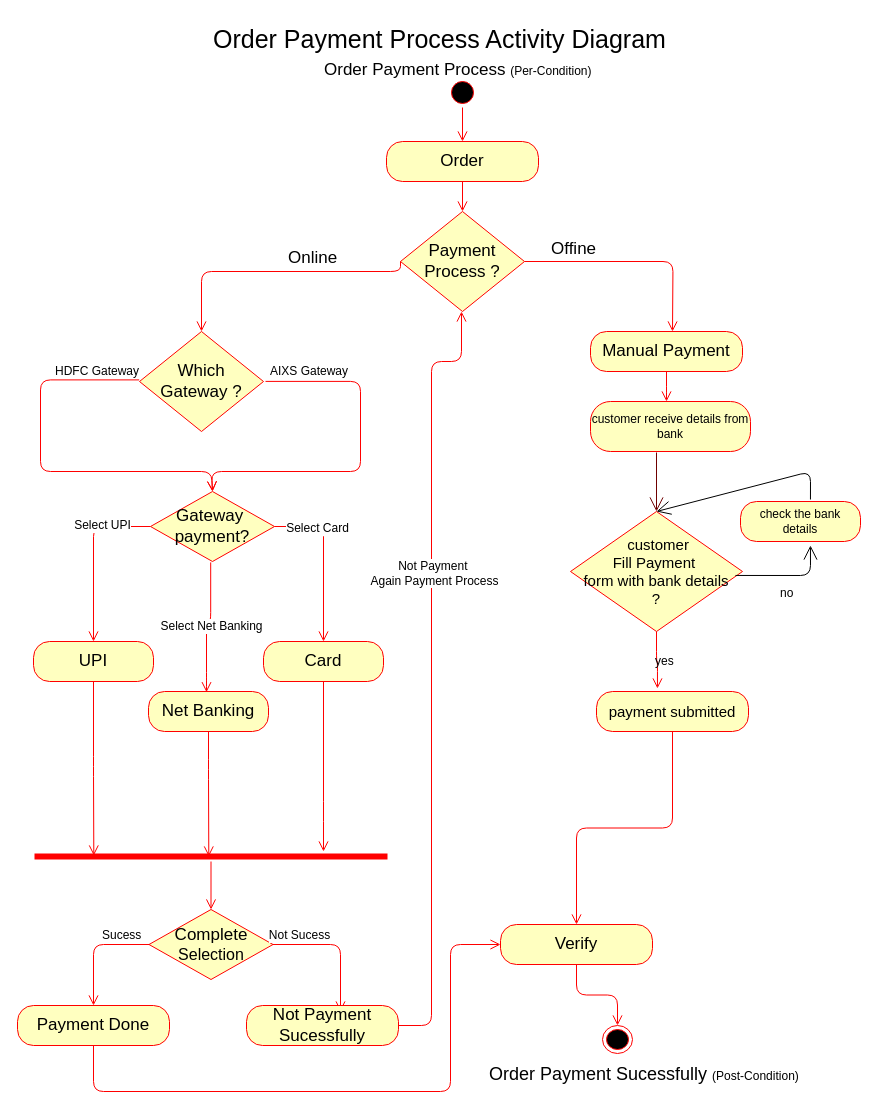
Earlier version of the draw.io diagram docs/activity_diagrams/Payment Order Process Diagram.drawio (awgpsk/awgpstore). Source tidied: cells renumbered, new cells numbered last; positions are measured from the earlier drawing's top-left corner, leaving out a move shared by most shapes. Both pictures are drawn from the tidied source at 100%, with x=0, y=0 at pixel (17, 21).
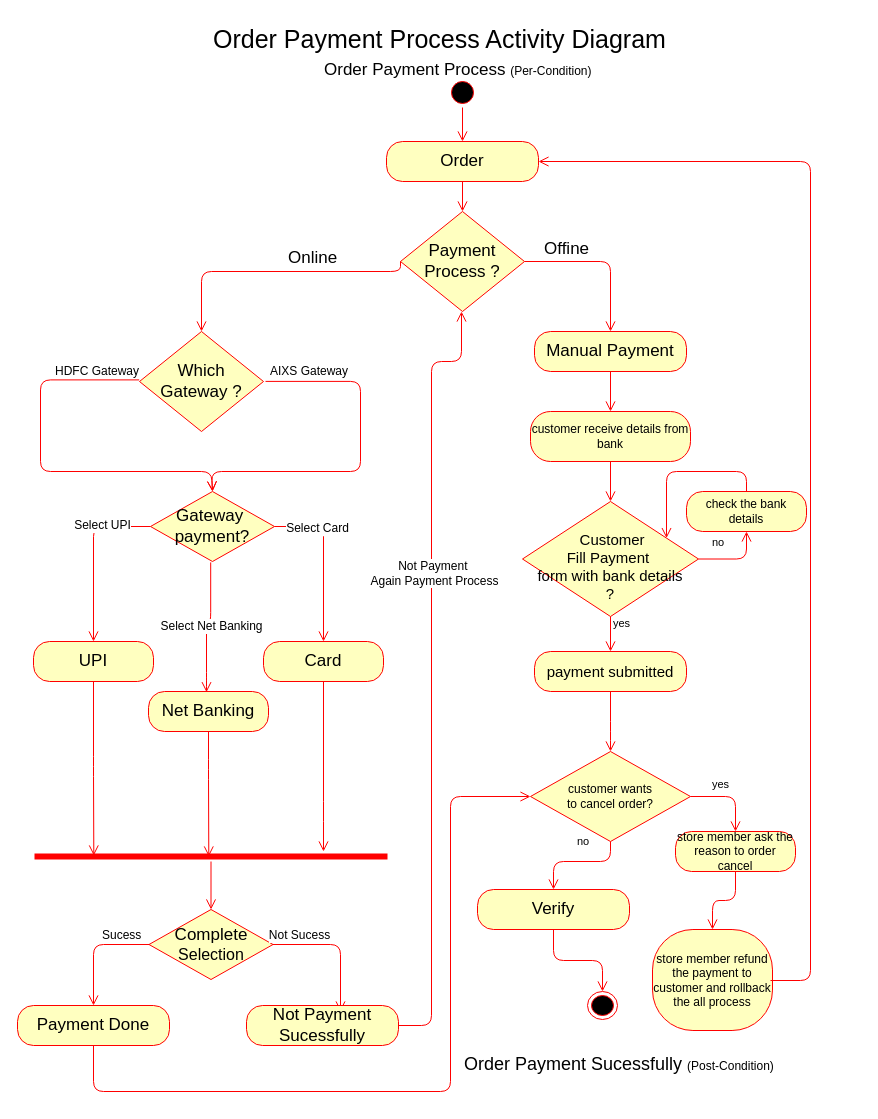
The same page after the edit.

The change refers to these unchanged cells:
```xml
<mxCell id="4" value="&lt;font style=&quot;font-size: 17px&quot;&gt;Order&lt;/font&gt;" style="rounded=1;whiteSpace=wrap;html=1;arcSize=40;fontColor=#000000;fillColor=#ffffc0;strokeColor=#ff0000;" parent="1" vertex="1">
  <mxGeometry x="369" y="120" width="152" height="40" as="geometry" />
</mxCell>
<mxCell id="13" value="&lt;font style=&quot;font-size: 17px&quot;&gt;Payment&lt;br&gt;Process ?&lt;/font&gt;" style="rhombus;whiteSpace=wrap;html=1;fillColor=#ffffc0;strokeColor=#ff0000;" parent="1" vertex="1">
  <mxGeometry x="383" y="190" width="124" height="100" as="geometry" />
</mxCell>
<mxCell id="32" value="&lt;font style=&quot;font-size: 17px&quot;&gt;Payment Done&lt;/font&gt;" style="rounded=1;whiteSpace=wrap;html=1;arcSize=40;fontColor=#000000;fillColor=#ffffc0;strokeColor=#ff0000;" parent="1" vertex="1">
  <mxGeometry y="984" width="152" height="40" as="geometry" />
</mxCell>
```

The edit, as a diff of the source:
```diff
@@
-    <mxCell id="5" style="edgeStyle=orthogonalEdgeStyle;html=1;verticalAlign=bottom;endArrow=open;endSize=8;strokeColor=#ff0000;exitX=0.5;exitY=1;exitDx=0;exitDy=0;entryX=0;entryY=0.5;entryDx=0;entryDy=0;" parent="1" edge="1" source="32" target="6">
+    <mxCell id="5" style="edgeStyle=orthogonalEdgeStyle;html=1;verticalAlign=bottom;endArrow=open;endSize=8;strokeColor=#ff0000;exitX=0.5;exitY=1;exitDx=0;exitDy=0;entryX=0;entryY=0.5;entryDx=0;entryDy=0;" parent="1" edge="1" source="32" target="57">
       <mxGeometry relative="1" as="geometry">
         <Array as="points">
           <mxPoint x="76" y="1070" />
           <mxPoint x="433" y="1070" />
-          <mxPoint x="433" y="923" />
+          <mxPoint x="433" y="775" />
         </Array>
       </mxGeometry>
     </mxCell>
     <mxCell id="6" value="&lt;font style=&quot;font-size: 17px&quot;&gt;Verify&lt;/font&gt;" style="rounded=1;whiteSpace=wrap;html=1;arcSize=40;fontColor=#000000;fillColor=#ffffc0;strokeColor=#ff0000;" parent="1" vertex="1">
-      <mxGeometry x="483" y="903" width="152" height="40" as="geometry" />
+      <mxGeometry x="460" y="868" width="152" height="40" as="geometry" />
     </mxCell>
     <mxCell id="7" style="ellipse;html=1;shape=endState;fillColor=#000000;strokeColor=#ff0000;" parent="1" vertex="1">
-      <mxGeometry x="585" y="1004" width="30" height="28" as="geometry" />
+      <mxGeometry x="570" y="970" width="30" height="28" as="geometry" />
     </mxCell>
@@
     <mxCell id="10" value="&lt;font style=&quot;font-size: 18px&quot;&gt;Order Payment Sucessfully&amp;nbsp;&lt;/font&gt;(Post-Condition)" style="text;html=1;align=left;verticalAlign=top;spacingTop=-4;shadow=1;" parent="1" vertex="1">
-      <mxGeometry x="470" y="1040" width="330" height="20" as="geometry" />
+      <mxGeometry x="445" y="1030" width="330" height="20" as="geometry" />
     </mxCell>
@@
-    <mxCell id="14" value="&lt;font style=&quot;font-size: 17px&quot;&gt;Offine&lt;/font&gt;" style="edgeStyle=orthogonalEdgeStyle;html=1;align=left;verticalAlign=bottom;endArrow=open;endSize=8;strokeColor=#ff0000;exitX=1;exitY=0.5;exitDx=0;exitDy=0;" parent="1" edge="1" source="13">
+    <mxCell id="14" value="&lt;font style=&quot;font-size: 17px&quot;&gt;Offine&lt;/font&gt;" style="edgeStyle=orthogonalEdgeStyle;html=1;align=left;verticalAlign=bottom;endArrow=open;endSize=8;strokeColor=#ff0000;exitX=1;exitY=0.5;exitDx=0;exitDy=0;entryX=0.5;entryY=0;entryDx=0;entryDy=0;" parent="1" edge="1" source="13" target="16">
       <mxGeometry x="-0.77" relative="1" as="geometry">
-        <mxPoint x="655" y="310" as="targetPoint" />
+        <Array as="points">
+          <mxPoint x="593" y="240" />
+        </Array>
       </mxGeometry>
     </mxCell>
@@
     <mxCell id="16" value="&lt;font style=&quot;font-size: 17px&quot;&gt;Manual Payment&lt;/font&gt;" style="rounded=1;whiteSpace=wrap;html=1;arcSize=40;fontColor=#000000;fillColor=#ffffc0;strokeColor=#ff0000;" parent="1" vertex="1">
-      <mxGeometry x="573" y="310" width="152" height="40" as="geometry" />
+      <mxGeometry x="517" y="310" width="152" height="40" as="geometry" />
     </mxCell>
-    <mxCell id="17" value="&lt;div&gt;&lt;span style=&quot;font-size: 15px&quot;&gt;&amp;nbsp;customer &lt;br&gt;&lt;/span&gt;&lt;/div&gt;&lt;div&gt;&lt;span style=&quot;font-size: 15px&quot;&gt;Fill Payment&amp;nbsp;&lt;/span&gt;&lt;/div&gt;&lt;div&gt;&lt;span style=&quot;font-size: 15px&quot;&gt;&lt;/span&gt;&lt;/div&gt;&lt;div&gt;&lt;span style=&quot;font-size: 15px&quot;&gt;form with bank details&lt;/span&gt;&lt;/div&gt;&lt;div&gt;&lt;span style=&quot;font-size: 15px&quot;&gt;?&lt;br&gt;&lt;/span&gt;&lt;/div&gt;&lt;div&gt;&lt;span style=&quot;font-size: 15px&quot;&gt;&lt;/span&gt;&lt;/div&gt;" style="rhombus;whiteSpace=wrap;html=1;fillColor=#ffffc0;strokeColor=#ff0000;" parent="1" vertex="1">
-      <mxGeometry x="553" y="490" width="172" height="120" as="geometry" />
+    <mxCell id="17" value="&lt;div&gt;&lt;br&gt;&lt;/div&gt;&lt;div&gt;&lt;span style=&quot;font-size: 15px&quot;&gt;&amp;nbsp;Customer &lt;br&gt;&lt;/span&gt;&lt;/div&gt;&lt;div&gt;&lt;span style=&quot;font-size: 15px&quot;&gt;Fill Payment&amp;nbsp;&lt;/span&gt;&lt;/div&gt;&lt;div&gt;&lt;span style=&quot;font-size: 15px&quot;&gt;&lt;/span&gt;&lt;/div&gt;&lt;div&gt;&lt;span style=&quot;font-size: 15px&quot;&gt;form with bank details&lt;/span&gt;&lt;/div&gt;&lt;div&gt;&lt;span style=&quot;font-size: 15px&quot;&gt;?&lt;br&gt;&lt;/span&gt;&lt;/div&gt;&lt;div&gt;&lt;span style=&quot;font-size: 15px&quot;&gt;&lt;/span&gt;&lt;/div&gt;" style="rhombus;whiteSpace=wrap;html=1;fillColor=#ffffc0;strokeColor=#ff0000;" parent="1" vertex="1">
+      <mxGeometry x="505" y="480" width="176" height="115" as="geometry" />
     </mxCell>
     <mxCell id="18" value="&lt;font style=&quot;font-size: 15px&quot;&gt;payment submitted&lt;/font&gt;" style="rounded=1;whiteSpace=wrap;html=1;arcSize=40;fontColor=#000000;fillColor=#ffffc0;strokeColor=#ff0000;" parent="1" vertex="1">
-      <mxGeometry x="579" y="670" width="152" height="40" as="geometry" />
+      <mxGeometry x="517" y="630" width="152" height="40" as="geometry" />
     </mxCell>
-    <mxCell id="19" style="edgeStyle=orthogonalEdgeStyle;html=1;verticalAlign=bottom;endArrow=open;endSize=8;strokeColor=#ff0000;startSize=1;jumpSize=2;exitX=0.5;exitY=1;exitDx=0;exitDy=0;" parent="1" edge="1" source="16">
-      <mxGeometry relative="1" as="geometry">
-        <mxPoint x="649" y="380" as="targetPoint" />
-      </mxGeometry>
+    <mxCell id="19" style="edgeStyle=orthogonalEdgeStyle;html=1;verticalAlign=bottom;endArrow=open;endSize=8;strokeColor=#ff0000;startSize=1;jumpSize=2;exitX=0.5;exitY=1;exitDx=0;exitDy=0;entryX=0.5;entryY=0;entryDx=0;entryDy=0;" parent="1" edge="1" source="16" target="48">
+      <mxGeometry relative="1" as="geometry" />
     </mxCell>
@@
     <mxCell id="48" value="customer receive details from bank" style="rounded=1;whiteSpace=wrap;html=1;arcSize=40;fontColor=#000000;fillColor=#ffffc0;strokeColor=#ff0000;" parent="1" vertex="1">
-      <mxGeometry x="573" y="380" width="160" height="50" as="geometry" />
+      <mxGeometry x="513" y="390" width="160" height="50" as="geometry" />
     </mxCell>
-    <mxCell id="49" style="endArrow=open;endFill=1;endSize=12;html=1;entryX=0.5;entryY=0;entryDx=0;entryDy=0;fillColor=#a20025;strokeColor=#6F0000;" parent="1" edge="1" target="17">
-      <mxGeometry relative="1" as="geometry">
-        <mxPoint x="639" y="431" as="sourcePoint" />
-      </mxGeometry>
-    </mxCell>
-    <mxCell id="50" style="edgeStyle=orthogonalEdgeStyle;html=1;align=left;verticalAlign=bottom;endArrow=open;endSize=8;strokeColor=#ff0000;exitX=0.5;exitY=1;exitDx=0;exitDy=0;entryX=0.401;entryY=-0.075;entryDx=0;entryDy=0;entryPerimeter=0;" parent="1" edge="1" source="17" target="18">
-      <mxGeometry x="-1" relative="1" as="geometry">
-        <Array as="points">
-          <mxPoint x="639" y="640" />
-          <mxPoint x="640" y="640" />
-        </Array>
-      </mxGeometry>
+    <mxCell id="50" style="edgeStyle=orthogonalEdgeStyle;html=1;align=left;verticalAlign=bottom;endArrow=open;endSize=8;strokeColor=#ff0000;exitX=0.5;exitY=1;exitDx=0;exitDy=0;entryX=0.5;entryY=0;entryDx=0;entryDy=0;" parent="1" edge="1" source="17" target="18">
+      <mxGeometry x="-1" relative="1" as="geometry" />
     </mxCell>
-    <mxCell id="51" value="yes" style="text;html=1;align=left;verticalAlign=top;spacingTop=-4;" parent="1" vertex="1">
-      <mxGeometry x="636" y="630" width="40" height="20" as="geometry" />
-    </mxCell>
     <mxCell id="52" value="check the bank details" style="rounded=1;whiteSpace=wrap;html=1;arcSize=40;fontColor=#000000;fillColor=#ffffc0;strokeColor=#ff0000;" parent="1" vertex="1">
-      <mxGeometry x="723" y="480" width="120" height="40" as="geometry" />
+      <mxGeometry x="669" y="470" width="120" height="40" as="geometry" />
     </mxCell>
+    <mxCell id="56" style="edgeStyle=orthogonalEdgeStyle;html=1;verticalAlign=bottom;endArrow=open;endSize=8;strokeColor=#ff0000;exitX=0.5;exitY=1;exitDx=0;exitDy=0;entryX=0.5;entryY=0;entryDx=0;entryDy=0;" parent="1" edge="1" source="18" target="57">
+      <mxGeometry relative="1" as="geometry">
+        <Array as="points">
+          <mxPoint x="593" y="710" />
+        </Array>
+      </mxGeometry>
+    </mxCell>
+    <mxCell id="57" value="&lt;div&gt;customer wants&lt;/div&gt;&lt;div&gt; to cancel order?&lt;/div&gt;" style="rhombus;whiteSpace=wrap;html=1;fillColor=#ffffc0;strokeColor=#ff0000;" parent="1" vertex="1">
+      <mxGeometry x="513" y="730" width="160" height="90" as="geometry" />
+    </mxCell>
+    <mxCell id="58" value="no" style="edgeStyle=orthogonalEdgeStyle;html=1;align=left;verticalAlign=bottom;endArrow=open;endSize=8;strokeColor=#ff0000;entryX=0.5;entryY=0;entryDx=0;entryDy=0;" parent="1" edge="1" source="57" target="60">
+      <mxGeometry x="0.48" y="-165" relative="1" as="geometry">
+        <Array as="points">
+          <mxPoint x="718" y="775" />
+        </Array>
+        <mxPoint x="5" y="40" as="offset" />
+      </mxGeometry>
+    </mxCell>
+    <mxCell id="59" value="yes" style="edgeStyle=orthogonalEdgeStyle;html=1;align=left;verticalAlign=top;endArrow=open;endSize=8;strokeColor=#ff0000;exitX=0.5;exitY=1;exitDx=0;exitDy=0;entryX=0.5;entryY=0;entryDx=0;entryDy=0;" parent="1" edge="1" source="57" target="6">
+      <mxGeometry x="-0.62" y="-135" relative="1" as="geometry">
+        <Array as="points">
+          <mxPoint x="593" y="840" />
+          <mxPoint x="536" y="840" />
+        </Array>
+        <mxPoint x="100" y="45" as="offset" />
+      </mxGeometry>
+    </mxCell>
+    <mxCell id="60" value="store member ask the reason to order cancel" style="rounded=1;whiteSpace=wrap;html=1;arcSize=40;fontColor=#000000;fillColor=#ffffc0;strokeColor=#ff0000;" parent="1" vertex="1">
+      <mxGeometry x="658" y="810" width="120" height="40" as="geometry" />
+    </mxCell>
+    <mxCell id="61" style="edgeStyle=orthogonalEdgeStyle;html=1;verticalAlign=bottom;endArrow=open;endSize=8;strokeColor=#ff0000;entryX=0.5;entryY=0;entryDx=0;entryDy=0;" parent="1" edge="1" source="60" target="62">
+      <mxGeometry relative="1" as="geometry" />
+    </mxCell>
+    <mxCell id="62" value="store member refund the payment to customer and rollback the all process" style="rounded=1;whiteSpace=wrap;html=1;arcSize=40;fontColor=#000000;fillColor=#ffffc0;strokeColor=#ff0000;" parent="1" vertex="1">
+      <mxGeometry x="635" y="908" width="120" height="101" as="geometry" />
+    </mxCell>
+    <mxCell id="63" style="edgeStyle=orthogonalEdgeStyle;html=1;verticalAlign=bottom;endArrow=open;endSize=8;strokeColor=#ff0000;entryX=1;entryY=0.5;entryDx=0;entryDy=0;" parent="1" edge="1" target="4">
+      <mxGeometry relative="1" as="geometry">
+        <mxPoint x="753" y="959" as="sourcePoint" />
+        <Array as="points">
+          <mxPoint x="793" y="959" />
+          <mxPoint x="793" y="140" />
+        </Array>
+      </mxGeometry>
+    </mxCell>
+    <mxCell id="64" style="edgeStyle=orthogonalEdgeStyle;html=1;align=left;verticalAlign=bottom;endArrow=open;endSize=8;strokeColor=#ff0000;exitX=0.5;exitY=1;exitDx=0;exitDy=0;entryX=0.5;entryY=0;entryDx=0;entryDy=0;" parent="1" edge="1" source="48" target="17">
+      <mxGeometry x="-1" relative="1" as="geometry" />
+    </mxCell>
-    <mxCell id="53" style="endArrow=open;endFill=1;endSize=12;html=1;exitX=0.959;exitY=0.533;exitDx=0;exitDy=0;exitPerimeter=0;entryX=0.583;entryY=1.1;entryDx=0;entryDy=0;entryPerimeter=0;" parent="1" edge="1" source="17" target="52">
-      <mxGeometry relative="1" as="geometry">
+    <mxCell id="53" value="yes" style="edgeStyle=orthogonalEdgeStyle;html=1;align=left;verticalAlign=bottom;endArrow=open;endSize=8;strokeColor=#ff0000;entryX=0.5;entryY=1;entryDx=0;entryDy=0;exitX=1;exitY=0.5;exitDx=0;exitDy=0;" parent="1" edge="1" source="17" target="52">
+      <mxGeometry x="-0.97" y="-114" relative="1" as="geometry">
         <Array as="points">
-          <mxPoint x="793" y="554" />
+          <mxPoint x="681" y="537" />
+          <mxPoint x="729" y="537" />
         </Array>
+        <mxPoint x="-88" y="-41" as="offset" />
       </mxGeometry>
     </mxCell>
-    <mxCell id="54" style="endArrow=open;endFill=1;endSize=12;html=1;exitX=0.583;exitY=-0.05;exitDx=0;exitDy=0;exitPerimeter=0;" parent="1" edge="1" source="52">
-      <mxGeometry relative="1" as="geometry">
-        <mxPoint x="639" y="490" as="targetPoint" />
-        <Array as="points">
-          <mxPoint x="793" y="450" />
-        </Array>
-      </mxGeometry>
-    </mxCell>
-    <mxCell id="55" value="no" style="text;html=1;align=left;verticalAlign=top;spacingTop=-4;" parent="1" vertex="1">
-      <mxGeometry x="761" y="562" width="30" height="20" as="geometry" />
-    </mxCell>
-    <mxCell id="56" style="edgeStyle=orthogonalEdgeStyle;html=1;verticalAlign=bottom;endArrow=open;endSize=8;strokeColor=#ff0000;entryX=0.5;entryY=0;entryDx=0;entryDy=0;exitX=0.5;exitY=1;exitDx=0;exitDy=0;" parent="1" edge="1" source="18" target="6">
-      <mxGeometry relative="1" as="geometry" />
-    </mxCell>
+    <mxCell id="65" value="no" style="edgeStyle=orthogonalEdgeStyle;html=1;align=left;verticalAlign=bottom;endArrow=open;endSize=8;strokeColor=#ff0000;exitX=0.5;exitY=0;exitDx=0;exitDy=0;" parent="1" edge="1" source="52" target="17">
+      <mxGeometry x="1" y="46" relative="1" as="geometry">
+        <Array as="points">
+          <mxPoint x="729" y="450" />
+          <mxPoint x="649" y="450" />
+        </Array>
+        <mxPoint x="-2" y="13" as="offset" />
+      </mxGeometry>
+    </mxCell>
```
